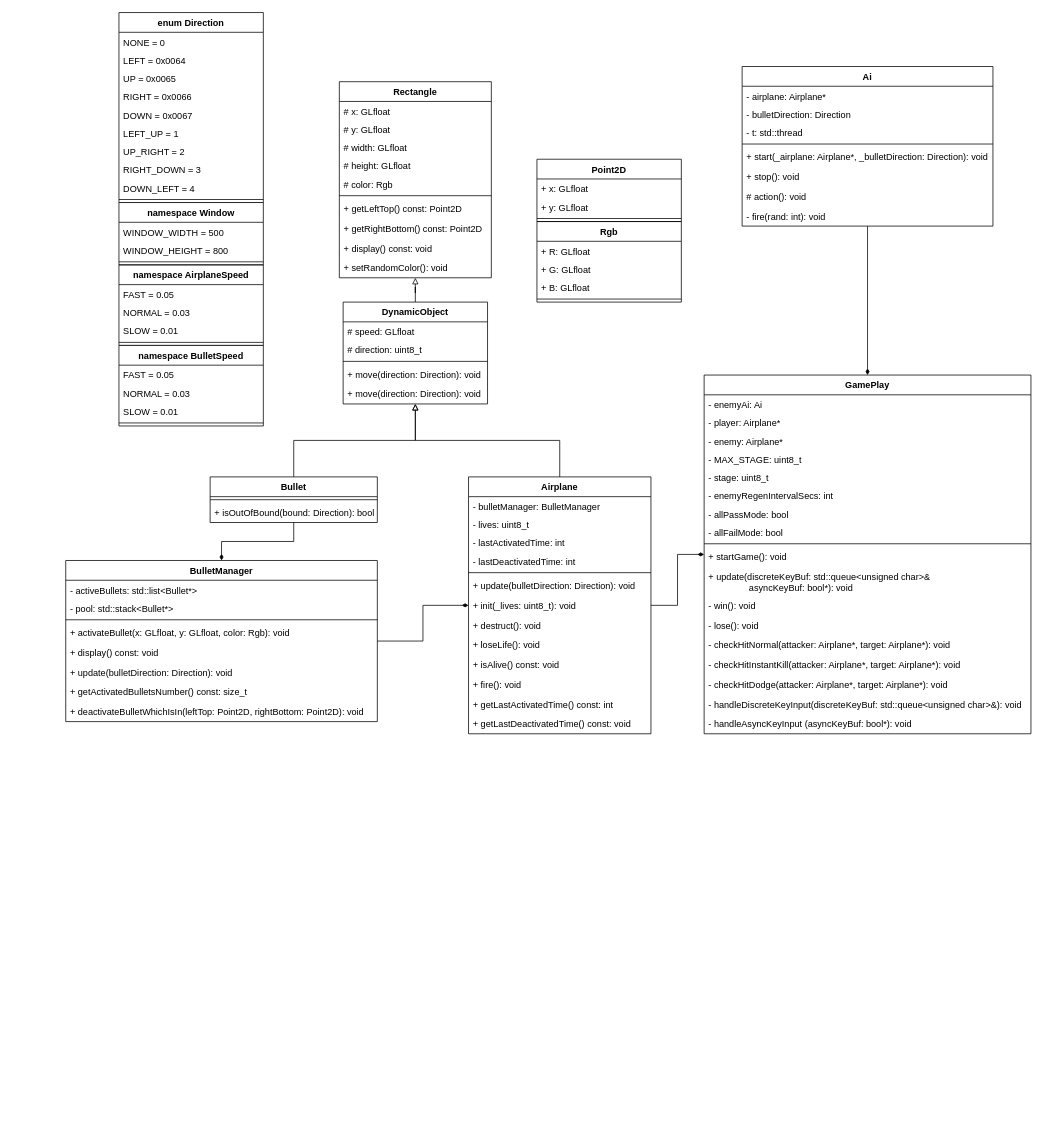
The draw.io diagram docs/shmup.drawio in wooseokyourself/shmup, before the edit. Source tidied: cells renumbered, new cells numbered last; positions are measured from the earlier drawing's top-left corner, leaving out a move shared by most shapes. Both pictures are drawn from the tidied source at 76%, with x=0, y=0 at pixel (65, 12).
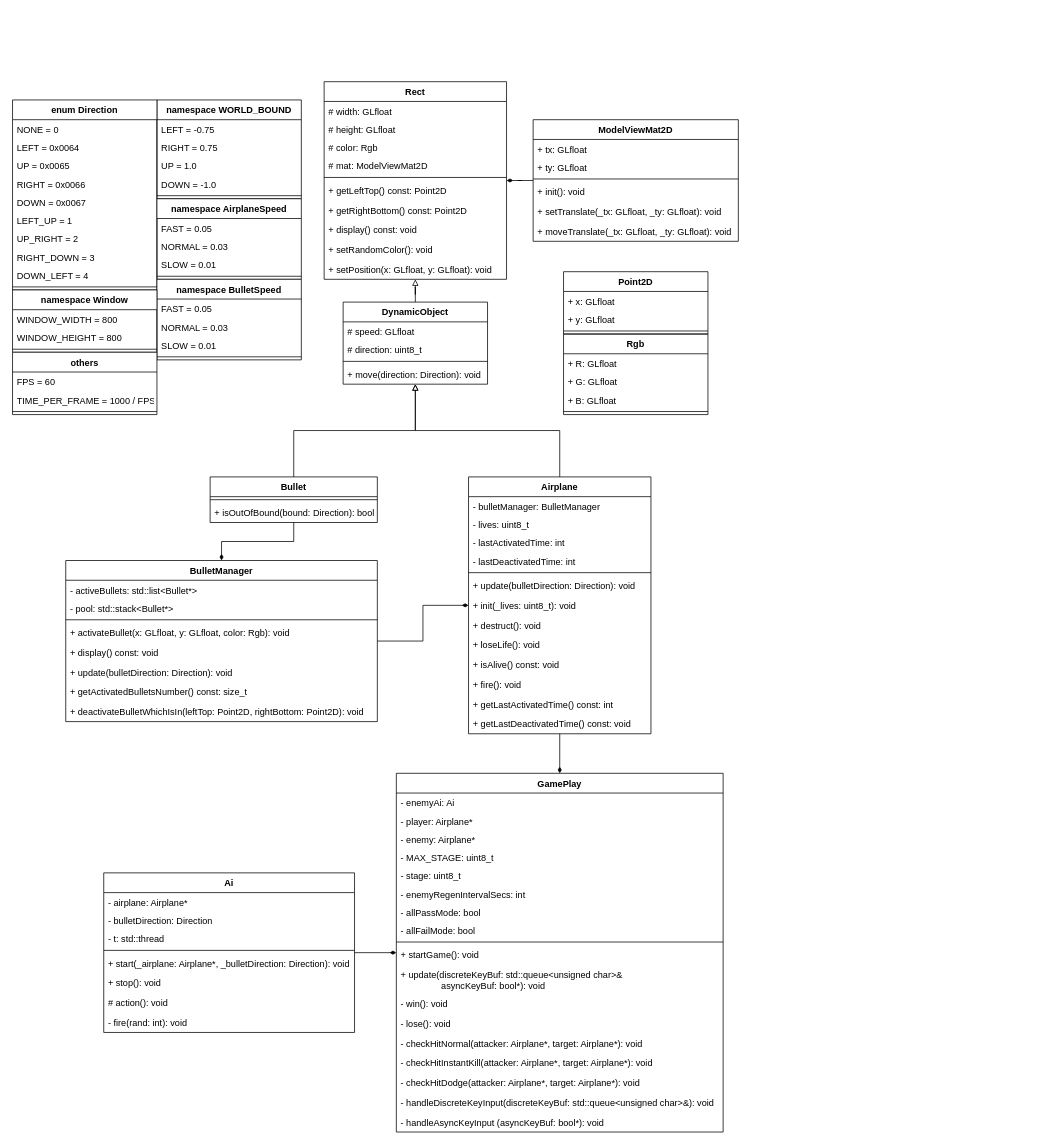
After the change.

The edit, as a diff of the source:
```diff
@@
-    <mxCell id="2" value="Rectangle" style="swimlane;fontStyle=1;align=center;verticalAlign=top;horizontal=1;startSize=26;" parent="1" vertex="1">
-      <mxGeometry x="360" y="91" width="200" height="258" as="geometry" />
+    <mxCell id="2" value="Rect" style="swimlane;fontStyle=1;align=center;verticalAlign=top;horizontal=1;startSize=26;" parent="1" vertex="1">
+      <mxGeometry x="340" y="91" width="240" height="260" as="geometry" />
     </mxCell>
-    <mxCell id="3" value="# x: GLfloat" style="text;strokeColor=none;fillColor=none;align=left;verticalAlign=top;spacingLeft=4;spacingRight=4;overflow=hidden;" parent="2" vertex="1">
-      <mxGeometry y="26" width="200" height="24" as="geometry" />
-    </mxCell>
-    <mxCell id="4" value="# y: GLfloat" style="text;strokeColor=none;fillColor=none;align=left;verticalAlign=top;spacingLeft=4;spacingRight=4;overflow=hidden;" parent="2" vertex="1">
-      <mxGeometry y="50" width="200" height="24" as="geometry" />
-    </mxCell>
     <mxCell id="5" value="# width: GLfloat" style="text;strokeColor=none;fillColor=none;align=left;verticalAlign=top;spacingLeft=4;spacingRight=4;overflow=hidden;" parent="2" vertex="1">
-      <mxGeometry y="74" width="200" height="24" as="geometry" />
+      <mxGeometry y="26" width="240" height="24" as="geometry" />
     </mxCell>
     <mxCell id="6" value="# height: GLfloat" style="text;strokeColor=none;fillColor=none;align=left;verticalAlign=top;spacingLeft=4;spacingRight=4;overflow=hidden;" parent="2" vertex="1">
-      <mxGeometry y="98" width="200" height="24" as="geometry" />
+      <mxGeometry y="50" width="240" height="24" as="geometry" />
     </mxCell>
     <mxCell id="7" value="# color: Rgb" style="text;strokeColor=none;fillColor=none;align=left;verticalAlign=top;spacingLeft=4;spacingRight=4;overflow=hidden;" parent="2" vertex="1">
-      <mxGeometry y="122" width="200" height="24" as="geometry" />
+      <mxGeometry y="74" width="240" height="24" as="geometry" />
     </mxCell>
+    <mxCell id="4" value="# mat: ModelViewMat2D" style="text;strokeColor=none;fillColor=none;align=left;verticalAlign=top;spacingLeft=4;spacingRight=4;overflow=hidden;" parent="2" vertex="1">
+      <mxGeometry y="98" width="240" height="24" as="geometry" />
+    </mxCell>
     <mxCell id="8" style="line;strokeWidth=1;fillColor=none;align=left;verticalAlign=middle;spacingTop=-1;spacingLeft=3;spacingRight=3;labelPosition=right;" parent="2" vertex="1">
-      <mxGeometry y="146" width="200" height="8" as="geometry" />
+      <mxGeometry y="122" width="240" height="8" as="geometry" />
     </mxCell>
     <mxCell id="9" value="+ getLeftTop() const: Point2D" style="text;strokeColor=none;fillColor=none;align=left;verticalAlign=top;spacingLeft=4;spacingRight=4;overflow=hidden;" parent="2" vertex="1">
-      <mxGeometry y="154" width="200" height="26" as="geometry" />
+      <mxGeometry y="130" width="240" height="26" as="geometry" />
     </mxCell>
     <mxCell id="10" value="+ getRightBottom() const: Point2D" style="text;strokeColor=none;fillColor=none;align=left;verticalAlign=top;spacingLeft=4;spacingRight=4;overflow=hidden;" parent="2" vertex="1">
-      <mxGeometry y="180" width="200" height="26" as="geometry" />
+      <mxGeometry y="156" width="240" height="26" as="geometry" />
     </mxCell>
     <mxCell id="11" value="+ display() const: void" style="text;strokeColor=none;fillColor=none;align=left;verticalAlign=top;spacingLeft=4;spacingRight=4;overflow=hidden;" parent="2" vertex="1">
-      <mxGeometry y="206" width="200" height="26" as="geometry" />
+      <mxGeometry y="182" width="240" height="26" as="geometry" />
     </mxCell>
     <mxCell id="12" value="+ setRandomColor(): void" style="text;strokeColor=none;fillColor=none;align=left;verticalAlign=top;spacingLeft=4;spacingRight=4;overflow=hidden;" parent="2" vertex="1">
-      <mxGeometry y="232" width="200" height="26" as="geometry" />
+      <mxGeometry y="208" width="240" height="26" as="geometry" />
     </mxCell>
+    <mxCell id="116" value="+ setPosition(x: GLfloat, y: GLfloat): void" style="text;strokeColor=none;fillColor=none;align=left;verticalAlign=top;spacingLeft=4;spacingRight=4;overflow=hidden;" parent="2" vertex="1">
+      <mxGeometry y="234" width="240" height="26" as="geometry" />
+    </mxCell>
@@
     <mxCell id="14" value="DynamicObject" style="swimlane;fontStyle=1;align=center;verticalAlign=top;horizontal=1;startSize=26;" parent="1" vertex="1">
-      <mxGeometry x="365" y="381" width="190" height="134" as="geometry" />
+      <mxGeometry x="365" y="381" width="190" height="108" as="geometry" />
     </mxCell>
@@
-    <mxCell id="19" value="+ move(direction: Direction): void" style="text;strokeColor=none;fillColor=none;align=left;verticalAlign=top;spacingLeft=4;spacingRight=4;overflow=hidden;" parent="14" vertex="1">
-      <mxGeometry y="108" width="190" height="26" as="geometry" />
-    </mxCell>
@@
     <mxCell id="51" value="GamePlay" style="swimlane;fontStyle=1;align=center;verticalAlign=top;horizontal=1;startSize=26;" parent="1" vertex="1">
-      <mxGeometry x="840" y="477" width="430" height="472" as="geometry" />
+      <mxGeometry x="435" y="1001" width="430" height="472" as="geometry" />
     </mxCell>
@@
     <mxCell id="71" value="Ai" style="swimlane;fontStyle=1;align=center;verticalAlign=top;horizontal=1;startSize=26;" parent="1" vertex="1">
-      <mxGeometry x="890" y="71" width="330" height="210" as="geometry" />
+      <mxGeometry x="50" y="1132" width="330" height="210" as="geometry" />
     </mxCell>
@@
-    <mxCell id="80" style="group;" parent="1" vertex="1">
-      <mxGeometry x="70" width="190" height="544" as="geometry" />
-    </mxCell>
+    <mxCell id="106" style="group;" parent="1" vertex="1">
+      <mxGeometry x="655" y="341" width="190" height="188" as="geometry" />
+    </mxCell>
+    <mxCell id="107" value="Rgb" style="swimlane;fontStyle=1;align=center;verticalAlign=top;horizontal=1;startSize=26;" parent="106" vertex="1">
+      <mxGeometry y="82" width="190" height="106" as="geometry" />
+    </mxCell>
+    <mxCell id="108" value="+ R: GLfloat" style="text;strokeColor=none;fillColor=none;align=left;verticalAlign=top;spacingLeft=4;spacingRight=4;overflow=hidden;" parent="107" vertex="1">
+      <mxGeometry y="26" width="190" height="24" as="geometry" />
+    </mxCell>
+    <mxCell id="109" value="+ G: GLfloat" style="text;strokeColor=none;fillColor=none;align=left;verticalAlign=top;spacingLeft=4;spacingRight=4;overflow=hidden;" parent="107" vertex="1">
+      <mxGeometry y="50" width="190" height="24" as="geometry" />
+    </mxCell>
+    <mxCell id="110" value="+ B: GLfloat" style="text;strokeColor=none;fillColor=none;align=left;verticalAlign=top;spacingLeft=4;spacingRight=4;overflow=hidden;" parent="107" vertex="1">
+      <mxGeometry y="74" width="190" height="24" as="geometry" />
+    </mxCell>
+    <mxCell id="111" style="line;strokeWidth=1;fillColor=none;align=left;verticalAlign=middle;spacingTop=-1;spacingLeft=3;spacingRight=3;labelPosition=right;" parent="107" vertex="1">
+      <mxGeometry y="98" width="190" height="8" as="geometry" />
+    </mxCell>
+    <mxCell id="112" value="Point2D" style="swimlane;fontStyle=1;align=center;verticalAlign=top;horizontal=1;startSize=26;" parent="106" vertex="1">
+      <mxGeometry width="190" height="82" as="geometry" />
+    </mxCell>
+    <mxCell id="113" value="+ x: GLfloat" style="text;strokeColor=none;fillColor=none;align=left;verticalAlign=top;spacingLeft=4;spacingRight=4;overflow=hidden;" parent="112" vertex="1">
+      <mxGeometry y="26" width="190" height="24" as="geometry" />
+    </mxCell>
+    <mxCell id="114" value="+ y: GLfloat" style="text;strokeColor=none;fillColor=none;align=left;verticalAlign=top;spacingLeft=4;spacingRight=4;overflow=hidden;" parent="112" vertex="1">
+      <mxGeometry y="50" width="190" height="24" as="geometry" />
+    </mxCell>
+    <mxCell id="115" style="line;strokeWidth=1;fillColor=none;align=left;verticalAlign=middle;spacingTop=-1;spacingLeft=3;spacingRight=3;labelPosition=right;" parent="112" vertex="1">
+      <mxGeometry y="74" width="190" height="8" as="geometry" />
+    </mxCell>
+    <mxCell id="117" style="edgeStyle=orthogonalEdgeStyle;rounded=0;jettySize=auto;html=1;endArrow=diamondThin;endFill=1;" parent="1" edge="1" source="118" target="2">
+      <mxGeometry relative="1" as="geometry" />
+    </mxCell>
+    <mxCell id="118" value="ModelViewMat2D" style="swimlane;fontStyle=1;align=center;verticalAlign=top;horizontal=1;startSize=26;" parent="1" vertex="1">
+      <mxGeometry x="615" y="141" width="270" height="160" as="geometry" />
+    </mxCell>
+    <mxCell id="119" value="+ tx: GLfloat" style="text;strokeColor=none;fillColor=none;align=left;verticalAlign=top;spacingLeft=4;spacingRight=4;overflow=hidden;" parent="118" vertex="1">
+      <mxGeometry y="26" width="270" height="24" as="geometry" />
+    </mxCell>
+    <mxCell id="120" value="+ ty: GLfloat" style="text;strokeColor=none;fillColor=none;align=left;verticalAlign=top;spacingLeft=4;spacingRight=4;overflow=hidden;" parent="118" vertex="1">
+      <mxGeometry y="50" width="270" height="24" as="geometry" />
+    </mxCell>
+    <mxCell id="121" style="line;strokeWidth=1;fillColor=none;align=left;verticalAlign=middle;spacingTop=-1;spacingLeft=3;spacingRight=3;labelPosition=right;" parent="118" vertex="1">
+      <mxGeometry y="74" width="270" height="8" as="geometry" />
+    </mxCell>
+    <mxCell id="122" value="+ init(): void" style="text;strokeColor=none;fillColor=none;align=left;verticalAlign=top;spacingLeft=4;spacingRight=4;overflow=hidden;" parent="118" vertex="1">
+      <mxGeometry y="82" width="270" height="26" as="geometry" />
+    </mxCell>
+    <mxCell id="123" value="+ setTranslate(_tx: GLfloat, _ty: GLfloat): void" style="text;strokeColor=none;fillColor=none;align=left;verticalAlign=top;spacingLeft=4;spacingRight=4;overflow=hidden;" parent="118" vertex="1">
+      <mxGeometry y="108" width="270" height="26" as="geometry" />
+    </mxCell>
+    <mxCell id="124" value="+ moveTranslate(_tx: GLfloat, _ty: GLfloat): void" style="text;strokeColor=none;fillColor=none;align=left;verticalAlign=top;spacingLeft=4;spacingRight=4;overflow=hidden;" parent="118" vertex="1">
+      <mxGeometry y="134" width="270" height="26" as="geometry" />
+    </mxCell>
+    <mxCell id="125" style="group;" parent="1" vertex="1">
+      <mxGeometry x="-70" y="115" width="380" height="414" as="geometry" />
+    </mxCell>
+    <mxCell id="126" value="namespace WORLD_BOUND" style="swimlane;fontStyle=1;align=center;verticalAlign=top;horizontal=1;startSize=26;" parent="125" vertex="1">
+      <mxGeometry x="190" width="190" height="130" as="geometry" />
+    </mxCell>
+    <mxCell id="127" value="LEFT = -0.75" style="text;strokeColor=none;fillColor=none;align=left;verticalAlign=top;spacingLeft=4;spacingRight=4;overflow=hidden;" parent="126" vertex="1">
+      <mxGeometry y="26" width="190" height="24" as="geometry" />
+    </mxCell>
+    <mxCell id="128" value="RIGHT = 0.75" style="text;strokeColor=none;fillColor=none;align=left;verticalAlign=top;spacingLeft=4;spacingRight=4;overflow=hidden;" parent="126" vertex="1">
+      <mxGeometry y="50" width="190" height="24" as="geometry" />
+    </mxCell>
+    <mxCell id="129" value="UP = 1.0" style="text;strokeColor=none;fillColor=none;align=left;verticalAlign=top;spacingLeft=4;spacingRight=4;overflow=hidden;" parent="126" vertex="1">
+      <mxGeometry y="74" width="190" height="24" as="geometry" />
+    </mxCell>
+    <mxCell id="130" value="DOWN = -1.0" style="text;strokeColor=none;fillColor=none;align=left;verticalAlign=top;spacingLeft=4;spacingRight=4;overflow=hidden;" parent="126" vertex="1">
+      <mxGeometry y="98" width="190" height="24" as="geometry" />
+    </mxCell>
+    <mxCell id="131" style="line;strokeWidth=1;fillColor=none;align=left;verticalAlign=middle;spacingTop=-1;spacingLeft=3;spacingRight=3;labelPosition=right;" parent="126" vertex="1">
+      <mxGeometry y="122" width="190" height="8" as="geometry" />
+    </mxCell>
-    <mxCell id="81" value="enum Direction" style="swimlane;fontStyle=1;align=center;verticalAlign=top;horizontal=1;startSize=26;" parent="80" vertex="1">
+    <mxCell id="81" value="enum Direction" style="swimlane;fontStyle=1;align=center;verticalAlign=top;horizontal=1;startSize=26;" parent="125" vertex="1">
       <mxGeometry width="190" height="250" as="geometry" />
     </mxCell>
@@
-    <mxCell id="92" value="namespace AirplaneSpeed" style="swimlane;fontStyle=1;align=center;verticalAlign=top;horizontal=1;startSize=26;" parent="80" vertex="1">
-      <mxGeometry y="332" width="190" height="106" as="geometry" />
+    <mxCell id="92" value="namespace AirplaneSpeed" style="swimlane;fontStyle=1;align=center;verticalAlign=top;horizontal=1;startSize=26;" parent="125" vertex="1">
+      <mxGeometry x="190" y="130" width="190" height="106" as="geometry" />
     </mxCell>
@@
-    <mxCell id="97" value="namespace BulletSpeed" style="swimlane;fontStyle=1;align=center;verticalAlign=top;horizontal=1;startSize=26;" parent="80" vertex="1">
-      <mxGeometry y="438" width="190" height="106" as="geometry" />
+    <mxCell id="97" value="namespace BulletSpeed" style="swimlane;fontStyle=1;align=center;verticalAlign=top;horizontal=1;startSize=26;" parent="125" vertex="1">
+      <mxGeometry x="190" y="236" width="190" height="106" as="geometry" />
     </mxCell>
@@
-    <mxCell id="102" value="namespace Window" style="swimlane;fontStyle=1;align=center;verticalAlign=top;horizontal=1;startSize=26;" parent="80" vertex="1">
+    <mxCell id="102" value="namespace Window" style="swimlane;fontStyle=1;align=center;verticalAlign=top;horizontal=1;startSize=26;" parent="125" vertex="1">
       <mxGeometry y="250" width="190" height="82" as="geometry" />
     </mxCell>
-    <mxCell id="103" value="WINDOW_WIDTH = 500" style="text;strokeColor=none;fillColor=none;align=left;verticalAlign=top;spacingLeft=4;spacingRight=4;overflow=hidden;" parent="102" vertex="1">
+    <mxCell id="103" value="WINDOW_WIDTH = 800" style="text;strokeColor=none;fillColor=none;align=left;verticalAlign=top;spacingLeft=4;spacingRight=4;overflow=hidden;" parent="102" vertex="1">
       <mxGeometry y="26" width="190" height="24" as="geometry" />
     </mxCell>
@@
-    <mxCell id="106" style="group;" parent="1" vertex="1">
-      <mxGeometry x="620" y="193" width="190" height="188" as="geometry" />
-    </mxCell>
-    <mxCell id="107" value="Rgb" style="swimlane;fontStyle=1;align=center;verticalAlign=top;horizontal=1;startSize=26;" parent="106" vertex="1">
-      <mxGeometry y="82" width="190" height="106" as="geometry" />
-    </mxCell>
-    <mxCell id="108" value="+ R: GLfloat" style="text;strokeColor=none;fillColor=none;align=left;verticalAlign=top;spacingLeft=4;spacingRight=4;overflow=hidden;" parent="107" vertex="1">
-      <mxGeometry y="26" width="190" height="24" as="geometry" />
-    </mxCell>
-    <mxCell id="109" value="+ G: GLfloat" style="text;strokeColor=none;fillColor=none;align=left;verticalAlign=top;spacingLeft=4;spacingRight=4;overflow=hidden;" parent="107" vertex="1">
-      <mxGeometry y="50" width="190" height="24" as="geometry" />
-    </mxCell>
-    <mxCell id="110" value="+ B: GLfloat" style="text;strokeColor=none;fillColor=none;align=left;verticalAlign=top;spacingLeft=4;spacingRight=4;overflow=hidden;" parent="107" vertex="1">
-      <mxGeometry y="74" width="190" height="24" as="geometry" />
-    </mxCell>
-    <mxCell id="111" style="line;strokeWidth=1;fillColor=none;align=left;verticalAlign=middle;spacingTop=-1;spacingLeft=3;spacingRight=3;labelPosition=right;" parent="107" vertex="1">
-      <mxGeometry y="98" width="190" height="8" as="geometry" />
-    </mxCell>
-    <mxCell id="112" value="Point2D" style="swimlane;fontStyle=1;align=center;verticalAlign=top;horizontal=1;startSize=26;" parent="106" vertex="1">
-      <mxGeometry width="190" height="82" as="geometry" />
-    </mxCell>
-    <mxCell id="113" value="+ x: GLfloat" style="text;strokeColor=none;fillColor=none;align=left;verticalAlign=top;spacingLeft=4;spacingRight=4;overflow=hidden;" parent="112" vertex="1">
-      <mxGeometry y="26" width="190" height="24" as="geometry" />
-    </mxCell>
-    <mxCell id="114" value="+ y: GLfloat" style="text;strokeColor=none;fillColor=none;align=left;verticalAlign=top;spacingLeft=4;spacingRight=4;overflow=hidden;" parent="112" vertex="1">
-      <mxGeometry y="50" width="190" height="24" as="geometry" />
-    </mxCell>
-    <mxCell id="115" style="line;strokeWidth=1;fillColor=none;align=left;verticalAlign=middle;spacingTop=-1;spacingLeft=3;spacingRight=3;labelPosition=right;" parent="112" vertex="1">
-      <mxGeometry y="74" width="190" height="8" as="geometry" />
-    </mxCell>
+    <mxCell id="132" value="others" style="swimlane;fontStyle=1;align=center;verticalAlign=top;horizontal=1;startSize=26;" parent="125" vertex="1">
+      <mxGeometry y="332" width="190" height="82" as="geometry" />
+    </mxCell>
+    <mxCell id="133" value="FPS = 60" style="text;strokeColor=none;fillColor=none;align=left;verticalAlign=top;spacingLeft=4;spacingRight=4;overflow=hidden;" parent="132" vertex="1">
+      <mxGeometry y="26" width="190" height="24" as="geometry" />
+    </mxCell>
+    <mxCell id="134" value="TIME_PER_FRAME = 1000 / FPS" style="text;strokeColor=none;fillColor=none;align=left;verticalAlign=top;spacingLeft=4;spacingRight=4;overflow=hidden;" parent="132" vertex="1">
+      <mxGeometry y="50" width="190" height="24" as="geometry" />
+    </mxCell>
+    <mxCell id="135" style="line;strokeWidth=1;fillColor=none;align=left;verticalAlign=middle;spacingTop=-1;spacingLeft=3;spacingRight=3;labelPosition=right;" parent="132" vertex="1">
+      <mxGeometry y="74" width="190" height="8" as="geometry" />
+    </mxCell>
```
